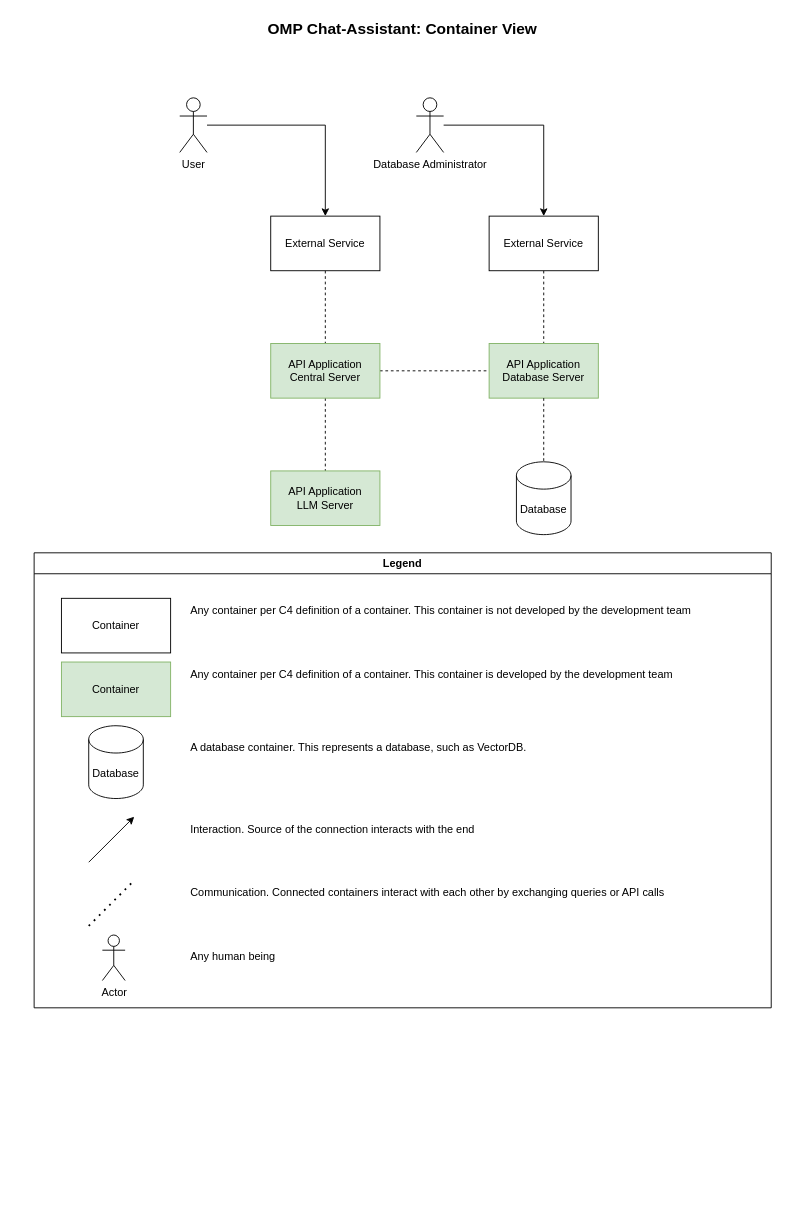
The draw.io diagram Diagrams/ContainerView.drawio in OMP-Industrial-Project-Chat-Assistant/OMP-Chat-Assistant-Process, before the edit. Source tidied: cells renumbered, new cells numbered last; positions are measured from the earlier drawing's top-left corner, leaving out a move shared by most shapes. Both pictures are drawn from the tidied source at 91%, with x=0, y=0 at pixel (15, 15).
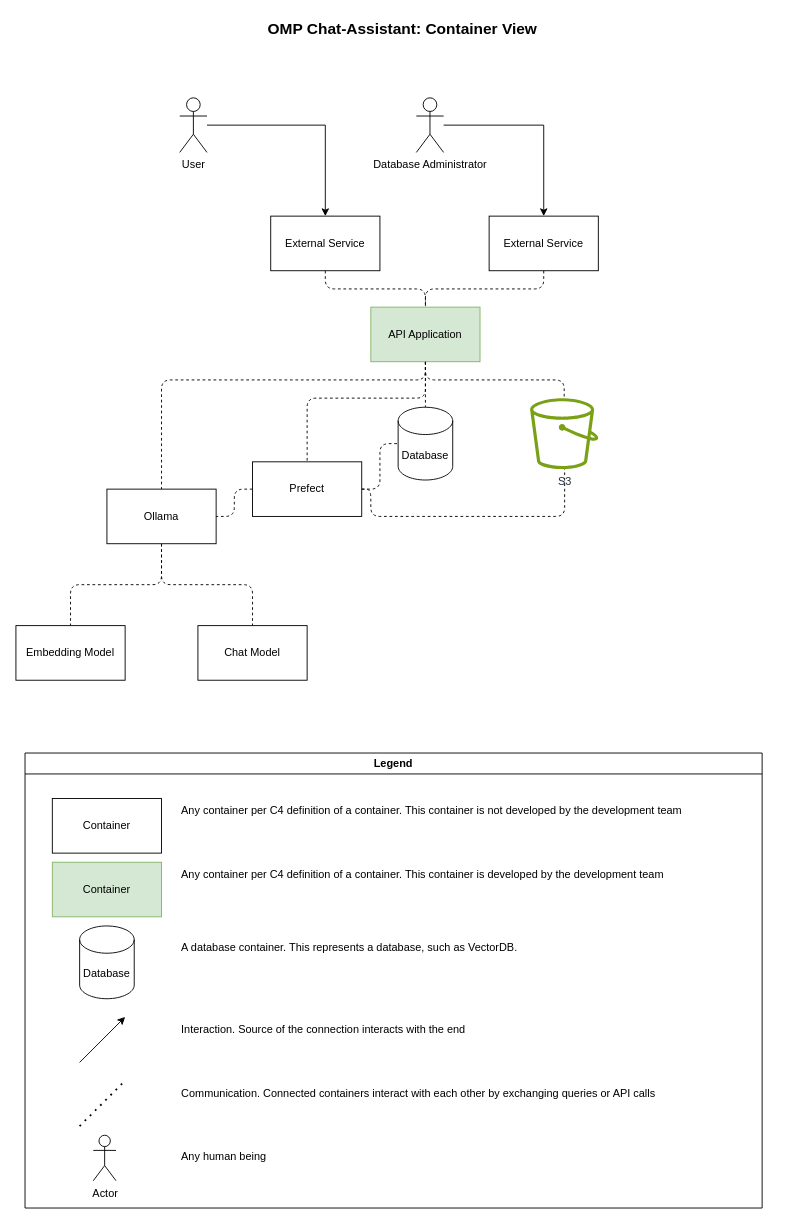
Above is the later version.

Commit message (it also covers changes not shown here):
[chat] redesign arch

The change refers to these unchanged cells:
```xml
<mxCell id="3" value="External Service" style="rounded=0;whiteSpace=wrap;html=1;" parent="1" vertex="1">
  <mxGeometry x="280" y="220" width="120" height="60" as="geometry" />
</mxCell>
<mxCell id="5" value="External Service" style="rounded=0;whiteSpace=wrap;html=1;" parent="1" vertex="1">
  <mxGeometry x="520" y="220" width="120" height="60" as="geometry" />
</mxCell>
```

What changed in the source:
```diff
@@
-<mxGraphModel>
+<mxGraphModel background="#ffffff">
@@
-    <mxCell id="2" style="edgeStyle=orthogonalEdgeStyle;rounded=0;jettySize=auto;html=1;entryX=0.5;entryY=0;entryDx=0;entryDy=0;endArrow=none;startFill=0;dashed=1;" parent="1" edge="1" source="3" target="8">
+    <mxCell id="2" style="edgeStyle=orthogonalEdgeStyle;html=1;exitX=0.5;exitY=1;exitDx=0;exitDy=0;entryX=0.5;entryY=0;entryDx=0;entryDy=0;dashed=1;endArrow=none;endFill=0;" parent="1" edge="1" source="3" target="8">
       <mxGeometry relative="1" as="geometry" />
     </mxCell>
@@
-    <mxCell id="4" style="edgeStyle=orthogonalEdgeStyle;rounded=0;jettySize=auto;html=1;entryX=0.5;entryY=0;entryDx=0;entryDy=0;endArrow=none;startFill=0;dashed=1;" parent="1" edge="1" source="5" target="9">
-      <mxGeometry relative="1" as="geometry" />
-    </mxCell>
+    <mxCell id="31" style="edgeStyle=orthogonalEdgeStyle;html=1;exitX=0.5;exitY=1;exitDx=0;exitDy=0;entryX=0.5;entryY=0;entryDx=0;entryDy=0;endArrow=none;endFill=0;dashed=1;" parent="1" edge="1" source="5" target="8">
+      <mxGeometry relative="1" as="geometry" />
+    </mxCell>
@@
-    <mxCell id="6" style="edgeStyle=orthogonalEdgeStyle;rounded=0;jettySize=auto;html=1;entryX=0;entryY=0.5;entryDx=0;entryDy=0;endArrow=none;startFill=0;dashed=1;" parent="1" edge="1" source="8" target="9">
-      <mxGeometry relative="1" as="geometry" />
-    </mxCell>
-    <mxCell id="7" style="edgeStyle=orthogonalEdgeStyle;rounded=0;jettySize=auto;html=1;entryX=0.5;entryY=0;entryDx=0;entryDy=0;endArrow=none;startFill=0;dashed=1;" parent="1" edge="1" source="8" target="10">
-      <mxGeometry relative="1" as="geometry" />
-    </mxCell>
+    <mxCell id="32" style="edgeStyle=orthogonalEdgeStyle;html=1;exitX=0.5;exitY=1;exitDx=0;exitDy=0;dashed=1;endArrow=none;endFill=0;" parent="1" edge="1" source="8" target="36">
+      <mxGeometry relative="1" as="geometry" />
+    </mxCell>
+    <mxCell id="33" style="edgeStyle=orthogonalEdgeStyle;html=1;exitX=0.5;exitY=1;exitDx=0;exitDy=0;entryX=0.5;entryY=0;entryDx=0;entryDy=0;dashed=1;endArrow=none;endFill=0;" parent="1" edge="1" source="8" target="39">
+      <mxGeometry relative="1" as="geometry">
+        <Array as="points">
+          <mxPoint x="450" y="400" />
+          <mxPoint x="160" y="400" />
+        </Array>
+      </mxGeometry>
+    </mxCell>
+    <mxCell id="34" style="edgeStyle=orthogonalEdgeStyle;html=1;exitX=0.5;exitY=1;exitDx=0;exitDy=0;entryX=0.5;entryY=0;entryDx=0;entryDy=0;dashed=1;endArrow=none;endFill=0;" parent="1" edge="1" source="8" target="44">
+      <mxGeometry relative="1" as="geometry">
+        <Array as="points">
+          <mxPoint x="450" y="420" />
+          <mxPoint x="320" y="420" />
+        </Array>
+      </mxGeometry>
+    </mxCell>
-    <mxCell id="8" value="API Application Central Server" style="rounded=0;whiteSpace=wrap;html=1;fillColor=#d5e8d4;strokeColor=#82b366;" parent="1" vertex="1">
-      <mxGeometry x="280" y="360" width="120" height="60" as="geometry" />
+    <mxCell id="8" value="API Application" style="rounded=0;whiteSpace=wrap;html=1;fillColor=#d5e8d4;strokeColor=#82b366;" parent="1" vertex="1">
+      <mxGeometry x="390" y="320" width="120" height="60" as="geometry" />
     </mxCell>
-    <mxCell id="9" value="API Application Database Server" style="rounded=0;whiteSpace=wrap;html=1;fillColor=#d5e8d4;strokeColor=#82b366;" parent="1" vertex="1">
-      <mxGeometry x="520" y="360" width="120" height="60" as="geometry" />
-    </mxCell>
-    <mxCell id="10" value="API Application &lt;br&gt;LLM Server" style="rounded=0;whiteSpace=wrap;html=1;fillColor=#d5e8d4;strokeColor=#82b366;" parent="1" vertex="1">
-      <mxGeometry x="280" y="500" width="120" height="60" as="geometry" />
-    </mxCell>
     <mxCell id="11" value="Database" style="shape=cylinder3;whiteSpace=wrap;html=1;boundedLbl=1;backgroundOutline=1;size=15;" parent="1" vertex="1">
-      <mxGeometry x="550" y="490" width="60" height="80" as="geometry" />
+      <mxGeometry x="420" y="430" width="60" height="80" as="geometry" />
     </mxCell>
@@
-    <mxCell id="16" style="edgeStyle=orthogonalEdgeStyle;rounded=0;jettySize=auto;html=1;entryX=0.5;entryY=0;entryDx=0;entryDy=0;entryPerimeter=0;dashed=1;endArrow=none;startFill=0;" parent="1" edge="1" source="9" target="11">
-      <mxGeometry relative="1" as="geometry" />
-    </mxCell>
@@
     <mxCell id="18" value="Legend" style="swimlane;whiteSpace=wrap;html=1;" parent="1" vertex="1">
-      <mxGeometry x="20" y="590" width="810" height="500" as="geometry" />
+      <mxGeometry x="10" y="810" width="810" height="500" as="geometry" />
     </mxCell>
@@
+    <mxCell id="35" style="edgeStyle=orthogonalEdgeStyle;html=1;exitX=0.5;exitY=1;exitDx=0;exitDy=0;entryX=0.5;entryY=0;entryDx=0;entryDy=0;entryPerimeter=0;endArrow=none;endFill=0;dashed=1;" parent="1" edge="1" source="8" target="11">
+      <mxGeometry relative="1" as="geometry" />
+    </mxCell>
+    <mxCell id="36" value="S3" style="sketch=0;outlineConnect=0;fontColor=#232F3E;gradientColor=none;fillColor=#7AA116;strokeColor=none;dashed=0;verticalLabelPosition=bottom;verticalAlign=top;align=center;html=1;fontSize=12;fontStyle=0;shape=mxgraph.aws4.bucket;" parent="1" vertex="1">
+      <mxGeometry x="565" y="420" width="75" height="78" as="geometry" />
+    </mxCell>
+    <mxCell id="37" style="edgeStyle=orthogonalEdgeStyle;html=1;exitX=0.5;exitY=1;exitDx=0;exitDy=0;entryX=0.5;entryY=0;entryDx=0;entryDy=0;endArrow=none;endFill=0;dashed=1;" parent="1" edge="1" source="39" target="40">
+      <mxGeometry relative="1" as="geometry" />
+    </mxCell>
+    <mxCell id="38" style="edgeStyle=orthogonalEdgeStyle;html=1;exitX=0.5;exitY=1;exitDx=0;exitDy=0;entryX=0.5;entryY=0;entryDx=0;entryDy=0;dashed=1;endArrow=none;endFill=0;" parent="1" edge="1" source="39" target="41">
+      <mxGeometry relative="1" as="geometry" />
+    </mxCell>
+    <mxCell id="39" value="Ollama" style="rounded=0;whiteSpace=wrap;html=1;" parent="1" vertex="1">
+      <mxGeometry x="100" y="520" width="120" height="60" as="geometry" />
+    </mxCell>
+    <mxCell id="40" value="Embedding Model" style="rounded=0;whiteSpace=wrap;html=1;" parent="1" vertex="1">
+      <mxGeometry y="670" width="120" height="60" as="geometry" />
+    </mxCell>
+    <mxCell id="41" value="Chat Model" style="rounded=0;whiteSpace=wrap;html=1;" parent="1" vertex="1">
+      <mxGeometry x="200" y="670" width="120" height="60" as="geometry" />
+    </mxCell>
+    <mxCell id="42" style="edgeStyle=orthogonalEdgeStyle;html=1;exitX=0;exitY=0.5;exitDx=0;exitDy=0;entryX=1;entryY=0.5;entryDx=0;entryDy=0;dashed=1;endArrow=none;endFill=0;" parent="1" edge="1" source="44" target="39">
+      <mxGeometry relative="1" as="geometry">
+        <Array as="points">
+          <mxPoint x="240" y="520" />
+          <mxPoint x="240" y="550" />
+        </Array>
+      </mxGeometry>
+    </mxCell>
+    <mxCell id="43" style="edgeStyle=orthogonalEdgeStyle;html=1;exitX=1;exitY=0.5;exitDx=0;exitDy=0;dashed=1;endArrow=none;endFill=0;" parent="1" edge="1" source="44" target="36">
+      <mxGeometry relative="1" as="geometry">
+        <Array as="points">
+          <mxPoint x="390" y="520" />
+          <mxPoint x="390" y="550" />
+          <mxPoint x="603" y="550" />
+        </Array>
+      </mxGeometry>
+    </mxCell>
+    <mxCell id="44" value="Prefect" style="rounded=0;whiteSpace=wrap;html=1;" parent="1" vertex="1">
+      <mxGeometry x="260" y="490" width="120" height="60" as="geometry" />
+    </mxCell>
+    <mxCell id="45" style="edgeStyle=orthogonalEdgeStyle;html=1;exitX=1;exitY=0.5;exitDx=0;exitDy=0;entryX=0;entryY=0.5;entryDx=0;entryDy=0;entryPerimeter=0;dashed=1;endArrow=none;endFill=0;" parent="1" edge="1" source="44" target="11">
+      <mxGeometry relative="1" as="geometry" />
+    </mxCell>
```
